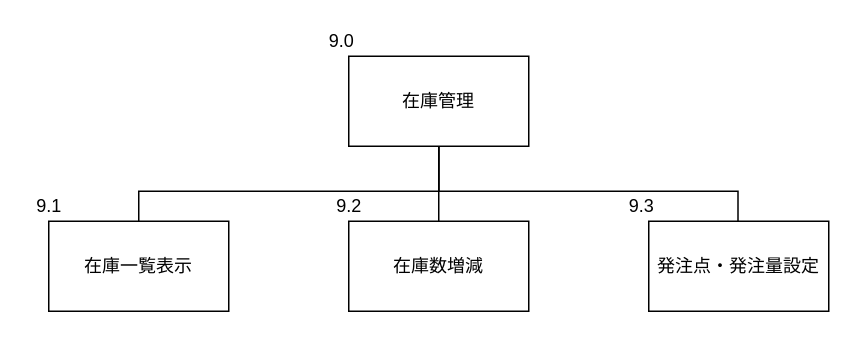
The draw.io diagram サブシステム構造図/在庫管理.drawio in Yamanin3/system-devel, before the edit. Source tidied: cells renumbered, new cells numbered last; positions are measured from the earlier drawing's top-left corner, leaving out a move shared by most shapes. Both pictures are drawn from the tidied source at 150%, with x=0, y=0 at pixel (26, 26).
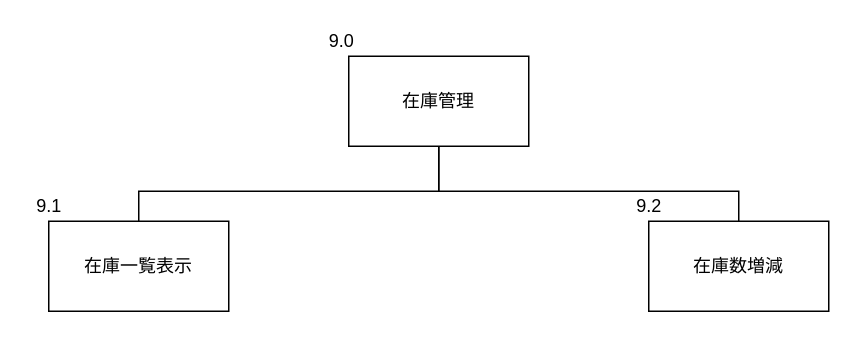
The same page after the edit.

Commit message:
項目の修正

Diff of the diagram source:
```diff
@@
 <mxGraphModel>
   <root>
     <mxCell id="0" />
     <mxCell id="1" parent="0" />
     <mxCell id="2" value="在庫管理" style="whiteSpace=wrap;html=1;align=center;" parent="1" vertex="1">
       <mxGeometry x="215" y="20" width="120" height="60" as="geometry" />
     </mxCell>
     <mxCell id="3" style="edgeStyle=elbowEdgeStyle;elbow=vertical;startArrow=none;endArrow=none;rounded=0;exitX=0.5;exitY=1;exitDx=0;exitDy=0;" parent="1" edge="1" source="2">
       <mxGeometry relative="1" as="geometry">
         <mxPoint x="75" y="130" as="targetPoint" />
         <Array as="points">
           <mxPoint x="275" y="110" />
           <mxPoint x="145" y="90" />
         </Array>
       </mxGeometry>
     </mxCell>
     <mxCell id="4" value="9.0" style="text;html=1;align=center;verticalAlign=middle;fillColor=none;strokeColor=none;rounded=0;" parent="1" vertex="1">
       <mxGeometry x="195" width="30" height="20" as="geometry" />
     </mxCell>
     <mxCell id="5" value="在庫一覧表示" style="whiteSpace=wrap;html=1;align=center;" parent="1" vertex="1">
       <mxGeometry x="15" y="130" width="120" height="60" as="geometry" />
     </mxCell>
-    <mxCell id="6" style="edgeStyle=elbowEdgeStyle;elbow=vertical;startArrow=none;endArrow=none;rounded=0;exitX=0.5;exitY=1;exitDx=0;exitDy=0;" parent="1" edge="1" source="2">
+    <mxCell id="6" style="edgeStyle=elbowEdgeStyle;elbow=vertical;startArrow=none;endArrow=none;rounded=0;exitX=0.5;exitY=1;exitDx=0;exitDy=0;entryX=0.5;entryY=0;entryDx=0;entryDy=0;" parent="1" edge="1" source="2" target="7">
       <mxGeometry relative="1" as="geometry">
-        <mxPoint x="275" y="130" as="targetPoint" />
         <Array as="points">
           <mxPoint x="475" y="110" />
           <mxPoint x="345" y="90" />
         </Array>
       </mxGeometry>
     </mxCell>
     <mxCell id="7" value="在庫数増減" style="whiteSpace=wrap;html=1;align=center;" parent="1" vertex="1">
-      <mxGeometry x="215" y="130" width="120" height="60" as="geometry" />
+      <mxGeometry x="415" y="130" width="120" height="60" as="geometry" />
     </mxCell>
-    <mxCell id="8" value="発注点・発注量設定" style="whiteSpace=wrap;html=1;align=center;" parent="1" vertex="1">
-      <mxGeometry x="415" y="130" width="120" height="60" as="geometry" />
-    </mxCell>
-    <mxCell id="9" style="edgeStyle=elbowEdgeStyle;elbow=vertical;startArrow=none;endArrow=none;rounded=0;exitX=0.5;exitY=1;exitDx=0;exitDy=0;" parent="1" edge="1" source="2">
-      <mxGeometry relative="1" as="geometry">
-        <mxPoint x="474.5" y="130" as="targetPoint" />
-        <Array as="points">
-          <mxPoint x="674.5" y="110" />
-          <mxPoint x="544.5" y="90" />
-        </Array>
-      </mxGeometry>
-    </mxCell>
     <mxCell id="10" value="9.1" style="text;html=1;align=center;verticalAlign=middle;fillColor=none;strokeColor=none;rounded=0;" parent="1" vertex="1">
       <mxGeometry y="110" width="30" height="20" as="geometry" />
     </mxCell>
     <mxCell id="11" value="9.2" style="text;html=1;align=center;verticalAlign=middle;fillColor=none;strokeColor=none;rounded=0;" parent="1" vertex="1">
-      <mxGeometry x="200" y="110" width="30" height="20" as="geometry" />
+      <mxGeometry x="400" y="110" width="30" height="20" as="geometry" />
     </mxCell>
-    <mxCell id="12" value="9.3" style="text;html=1;align=center;verticalAlign=middle;fillColor=none;strokeColor=none;rounded=0;" parent="1" vertex="1">
-      <mxGeometry x="395" y="110" width="30" height="20" as="geometry" />
-    </mxCell>
   </root>
 </mxGraphModel>
```
